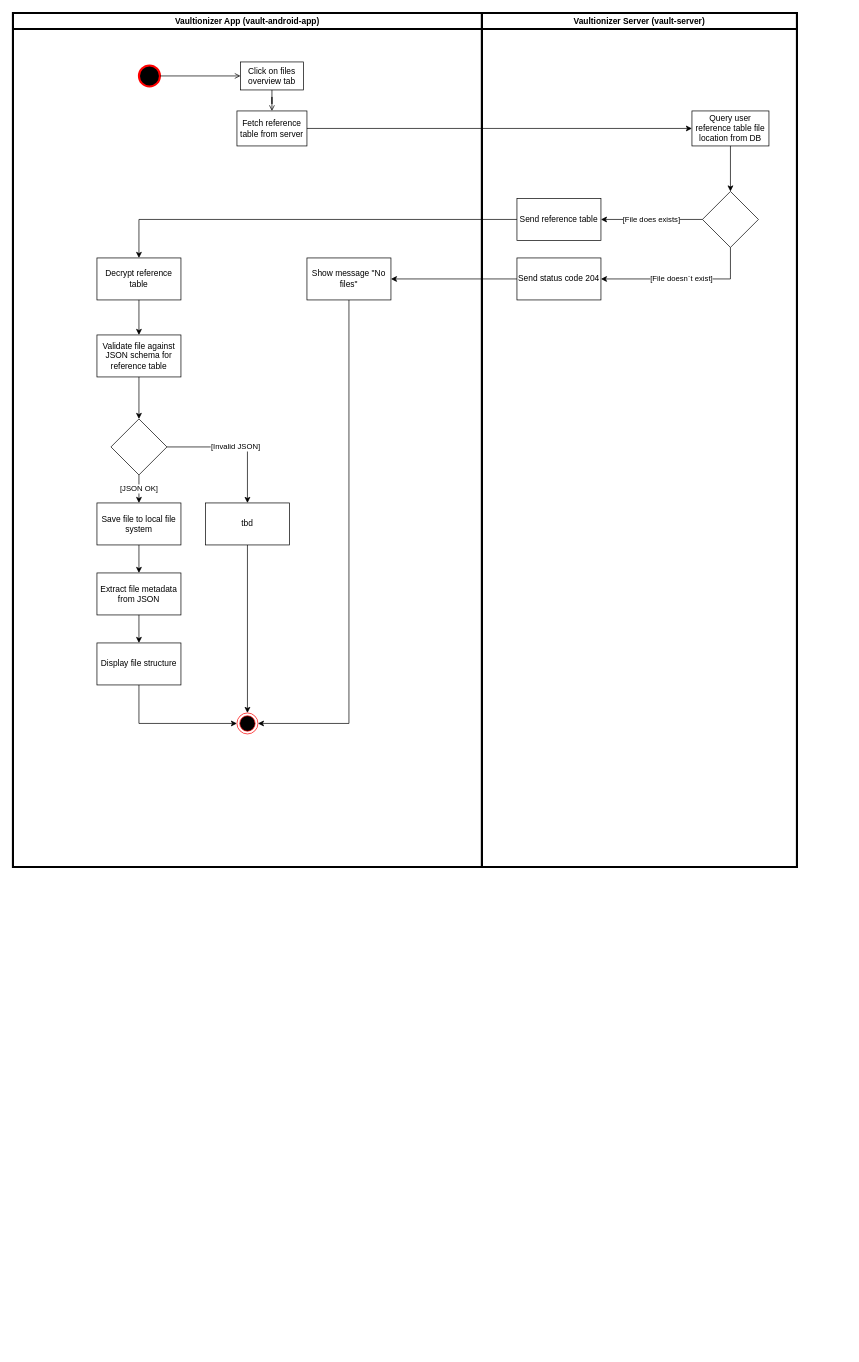
Vaultionizer/vault-docs keeps this draw.io diagram as img/use_cases/uc_show_file_structure.drawio. Above is the earlier version. Source tidied: cells renumbered, new cells numbered last; positions are measured from the earlier drawing's top-left corner, leaving out a move shared by most shapes. Both pictures are drawn from the tidied source at 70%, with x=0, y=0 at pixel (13, 13).
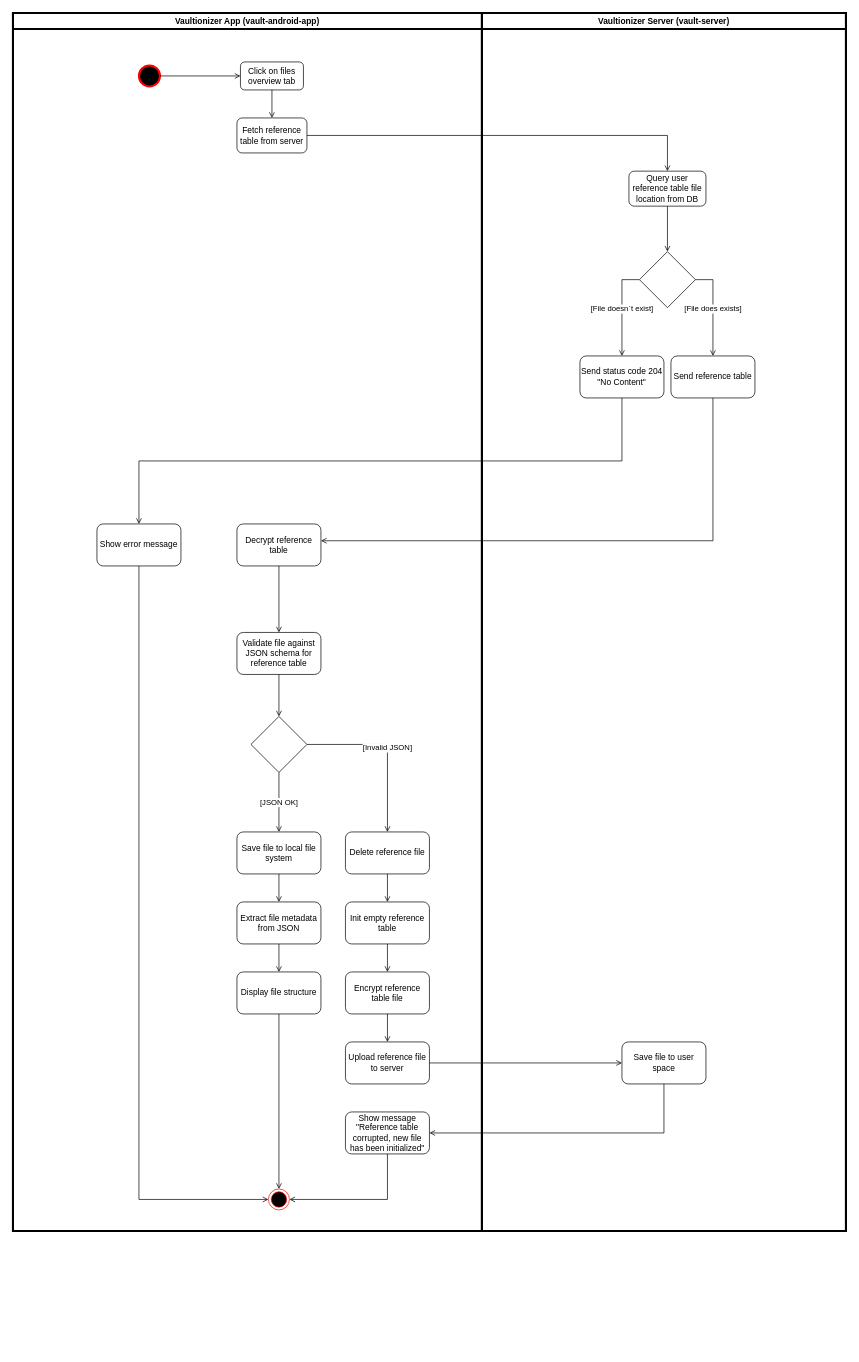
Above is the later version.

Change to the diagram source:
```diff
@@
     <mxCell id="2" style="group;" parent="1" vertex="1">
-      <mxGeometry width="670" height="1890" as="geometry" />
+      <mxGeometry width="670" height="1910" as="geometry" />
     </mxCell>
-    <mxCell id="3" value="Click on files overview tab" style="rounded=0;whiteSpace=wrap;html=1;" parent="2" vertex="1">
+    <mxCell id="3" value="Click on files overview tab" style="rounded=1;whiteSpace=wrap;html=1;" parent="2" vertex="1">
       <mxGeometry x="325" y="70" width="90" height="40" as="geometry" />
     </mxCell>
-    <mxCell id="4" value="Fetch reference table from server" style="rounded=0;whiteSpace=wrap;html=1;" parent="2" vertex="1">
-      <mxGeometry x="320" y="140" width="100" height="50" as="geometry" />
-    </mxCell>
@@
     <mxCell id="6" value="Vaultionizer App (vault-android-app)" style="swimlane;strokeWidth=3;" parent="2" vertex="1">
-      <mxGeometry width="670" height="1220" as="geometry" />
+      <mxGeometry width="670" height="1740" as="geometry" />
     </mxCell>
@@
+    <mxCell id="4" value="Fetch reference table from server" style="rounded=1;whiteSpace=wrap;html=1;" parent="6" vertex="1">
+      <mxGeometry x="320" y="150" width="100" height="50" as="geometry" />
+    </mxCell>
-    <mxCell id="8" value="Decrypt reference table" style="whiteSpace=wrap;html=1;rounded=0;" parent="6" vertex="1">
-      <mxGeometry x="120" y="350" width="120" height="60" as="geometry" />
+    <mxCell id="8" value="Decrypt reference table" style="whiteSpace=wrap;html=1;rounded=1;" parent="6" vertex="1">
+      <mxGeometry x="320" y="730" width="120" height="60" as="geometry" />
     </mxCell>
-    <mxCell id="9" value="Validate file against JSON schema for reference table" style="whiteSpace=wrap;html=1;rounded=0;" parent="6" vertex="1">
-      <mxGeometry x="120" y="460" width="120" height="60" as="geometry" />
+    <mxCell id="9" value="Validate file against JSON schema for reference table" style="whiteSpace=wrap;html=1;rounded=1;" parent="6" vertex="1">
+      <mxGeometry x="320" y="885" width="120" height="60" as="geometry" />
     </mxCell>
-    <mxCell id="10" style="edgeStyle=orthogonalEdgeStyle;rounded=0;jettySize=auto;html=1;" parent="6" edge="1" source="8" target="9">
+    <mxCell id="10" style="edgeStyle=orthogonalEdgeStyle;rounded=0;jettySize=auto;html=1;endArrow=open;endFill=0;" parent="6" edge="1" source="8" target="9">
       <mxGeometry relative="1" as="geometry" />
     </mxCell>
-    <mxCell id="11" style="edgeStyle=orthogonalEdgeStyle;rounded=0;jettySize=auto;html=1;exitX=0.5;exitY=1;exitDx=0;exitDy=0;" parent="6" edge="1" source="12" target="16">
-      <mxGeometry relative="1" as="geometry" />
-    </mxCell>
-    <mxCell id="12" value="Save file to local file system" style="whiteSpace=wrap;html=1;rounded=0;" parent="6" vertex="1">
-      <mxGeometry x="120" y="700" width="120" height="60" as="geometry" />
+    <mxCell id="12" value="Save file to local file system" style="whiteSpace=wrap;html=1;rounded=1;" parent="6" vertex="1">
+      <mxGeometry x="320" y="1170" width="120" height="60" as="geometry" />
     </mxCell>
     <mxCell id="13" style="rhombus;whiteSpace=wrap;html=1;rounded=0;" parent="6" vertex="1">
-      <mxGeometry x="140" y="580" width="80" height="80" as="geometry" />
+      <mxGeometry x="340" y="1005" width="80" height="80" as="geometry" />
     </mxCell>
-    <mxCell id="14" style="edgeStyle=orthogonalEdgeStyle;rounded=0;jettySize=auto;html=1;" parent="6" edge="1" source="9" target="13">
+    <mxCell id="14" style="edgeStyle=orthogonalEdgeStyle;rounded=0;jettySize=auto;html=1;endArrow=open;endFill=0;" parent="6" edge="1" source="9" target="13">
       <mxGeometry relative="1" as="geometry" />
     </mxCell>
-    <mxCell id="15" value="[JSON OK]" style="edgeStyle=orthogonalEdgeStyle;rounded=0;jettySize=auto;html=1;" parent="6" edge="1" source="13" target="12">
+    <mxCell id="15" value="[JSON OK]" style="edgeStyle=orthogonalEdgeStyle;rounded=0;jettySize=auto;html=1;endArrow=open;endFill=0;" parent="6" edge="1" source="13" target="12">
       <mxGeometry relative="1" as="geometry" />
     </mxCell>
-    <mxCell id="16" value="Extract file metadata from JSON" style="whiteSpace=wrap;html=1;rounded=0;" parent="6" vertex="1">
-      <mxGeometry x="120" y="800" width="120" height="60" as="geometry" />
+    <mxCell id="16" value="Extract file metadata from JSON" style="whiteSpace=wrap;html=1;rounded=1;" parent="6" vertex="1">
+      <mxGeometry x="320" y="1270" width="120" height="60" as="geometry" />
     </mxCell>
+    <mxCell id="11" style="edgeStyle=orthogonalEdgeStyle;rounded=0;jettySize=auto;html=1;exitX=0.5;exitY=1;exitDx=0;exitDy=0;endArrow=open;endFill=0;" parent="6" edge="1" source="12" target="16">
+      <mxGeometry relative="1" as="geometry" />
+    </mxCell>
-    <mxCell id="17" style="edgeStyle=orthogonalEdgeStyle;rounded=0;jettySize=auto;html=1;exitX=0.5;exitY=1;exitDx=0;exitDy=0;entryX=0;entryY=0.5;entryDx=0;entryDy=0;" parent="6" edge="1" source="18" target="23">
+    <mxCell id="17" style="edgeStyle=orthogonalEdgeStyle;rounded=0;jettySize=auto;html=1;exitX=0.5;exitY=1;exitDx=0;exitDy=0;entryX=0.5;entryY=0;entryDx=0;entryDy=0;endArrow=open;endFill=0;" parent="6" edge="1" source="18" target="23">
       <mxGeometry relative="1" as="geometry" />
     </mxCell>
-    <mxCell id="18" value="Display file structure" style="whiteSpace=wrap;html=1;rounded=0;" parent="6" vertex="1">
-      <mxGeometry x="120" y="900" width="120" height="60" as="geometry" />
+    <mxCell id="18" value="Display file structure" style="whiteSpace=wrap;html=1;rounded=1;" parent="6" vertex="1">
+      <mxGeometry x="320" y="1370" width="120" height="60" as="geometry" />
     </mxCell>
-    <mxCell id="19" style="edgeStyle=orthogonalEdgeStyle;rounded=0;jettySize=auto;html=1;" parent="6" edge="1" source="16" target="18">
+    <mxCell id="19" style="edgeStyle=orthogonalEdgeStyle;rounded=0;jettySize=auto;html=1;endArrow=open;endFill=0;" parent="6" edge="1" source="16" target="18">
       <mxGeometry relative="1" as="geometry" />
     </mxCell>
-    <mxCell id="20" style="edgeStyle=orthogonalEdgeStyle;rounded=0;jettySize=auto;html=1;exitX=0.5;exitY=1;exitDx=0;exitDy=0;" parent="6" edge="1" source="21" target="23">
-      <mxGeometry relative="1" as="geometry" />
-    </mxCell>
-    <mxCell id="21" value="tbd" style="whiteSpace=wrap;html=1;rounded=0;" parent="6" vertex="1">
-      <mxGeometry x="275" y="700" width="120" height="60" as="geometry" />
+    <mxCell id="21" value="Delete reference file" style="whiteSpace=wrap;html=1;rounded=1;" parent="6" vertex="1">
+      <mxGeometry x="475" y="1170" width="120" height="60" as="geometry" />
     </mxCell>
-    <mxCell id="22" value="[Invalid JSON]" style="edgeStyle=orthogonalEdgeStyle;rounded=0;jettySize=auto;html=1;" parent="6" edge="1" source="13" target="21">
+    <mxCell id="22" value="[Invalid JSON]" style="edgeStyle=orthogonalEdgeStyle;rounded=0;jettySize=auto;html=1;endArrow=open;endFill=0;" parent="6" edge="1" source="13" target="21">
       <mxGeometry relative="1" as="geometry" />
     </mxCell>
+    <mxCell id="25" value="Show error message" style="whiteSpace=wrap;html=1;rounded=1;" parent="6" vertex="1">
+      <mxGeometry x="120" y="730" width="120" height="60" as="geometry" />
+    </mxCell>
     <mxCell id="23" style="ellipse;html=1;shape=endState;fillColor=#000000;strokeColor=#ff0000;" parent="6" vertex="1">
-      <mxGeometry x="320" y="1000" width="30" height="30" as="geometry" />
+      <mxGeometry x="365" y="1680" width="30" height="30" as="geometry" />
     </mxCell>
-    <mxCell id="24" style="edgeStyle=orthogonalEdgeStyle;rounded=0;jettySize=auto;html=1;exitX=0.5;exitY=1;exitDx=0;exitDy=0;entryX=1;entryY=0.5;entryDx=0;entryDy=0;" parent="6" edge="1" source="25" target="23">
+    <mxCell id="24" style="edgeStyle=orthogonalEdgeStyle;rounded=0;jettySize=auto;html=1;exitX=0.5;exitY=1;exitDx=0;exitDy=0;entryX=0;entryY=0.5;entryDx=0;entryDy=0;endArrow=open;endFill=0;" parent="6" edge="1" source="25" target="23">
       <mxGeometry relative="1" as="geometry" />
     </mxCell>
-    <mxCell id="25" value="Show message &quot;No files&quot;" style="whiteSpace=wrap;html=1;rounded=0;" parent="6" vertex="1">
-      <mxGeometry x="420" y="350" width="120" height="60" as="geometry" />
-    </mxCell>
+    <mxCell id="38" value="Init empty reference table" style="whiteSpace=wrap;html=1;rounded=1;" parent="6" vertex="1">
+      <mxGeometry x="475" y="1270" width="120" height="60" as="geometry" />
+    </mxCell>
+    <mxCell id="39" style="edgeStyle=orthogonalEdgeStyle;rounded=0;jettySize=auto;html=1;endArrow=open;endFill=0;" parent="6" edge="1" source="21" target="38">
+      <mxGeometry relative="1" as="geometry" />
+    </mxCell>
+    <mxCell id="40" value="Encrypt reference table file" style="whiteSpace=wrap;html=1;rounded=1;" parent="6" vertex="1">
+      <mxGeometry x="475" y="1370" width="120" height="60" as="geometry" />
+    </mxCell>
+    <mxCell id="41" style="edgeStyle=orthogonalEdgeStyle;rounded=0;jettySize=auto;html=1;endArrow=open;endFill=0;" parent="6" edge="1" source="38" target="40">
+      <mxGeometry relative="1" as="geometry" />
+    </mxCell>
+    <mxCell id="42" value="Upload reference file to server" style="whiteSpace=wrap;html=1;rounded=1;" parent="6" vertex="1">
+      <mxGeometry x="475" y="1470" width="120" height="60" as="geometry" />
+    </mxCell>
+    <mxCell id="43" style="edgeStyle=orthogonalEdgeStyle;rounded=0;jettySize=auto;html=1;endArrow=open;endFill=0;" parent="6" edge="1" source="40" target="42">
+      <mxGeometry relative="1" as="geometry" />
+    </mxCell>
+    <mxCell id="44" style="edgeStyle=orthogonalEdgeStyle;rounded=0;jettySize=auto;html=1;exitX=0.5;exitY=1;exitDx=0;exitDy=0;entryX=1;entryY=0.5;entryDx=0;entryDy=0;endArrow=open;endFill=0;" parent="6" edge="1" source="45" target="23">
+      <mxGeometry relative="1" as="geometry" />
+    </mxCell>
+    <mxCell id="45" value="Show message &quot;Reference table corrupted, new file has been initialized&quot;" style="whiteSpace=wrap;html=1;rounded=1;" parent="6" vertex="1">
+      <mxGeometry x="475" y="1570" width="120" height="60" as="geometry" />
+    </mxCell>
@@
-    <mxCell id="27" style="edgeStyle=orthogonalEdgeStyle;rounded=0;jettySize=auto;html=1;" parent="1" edge="1" source="4" target="30">
-      <mxGeometry relative="1" as="geometry" />
-    </mxCell>
-    <mxCell id="28" style="edgeStyle=orthogonalEdgeStyle;rounded=0;jettySize=auto;html=1;" parent="1" edge="1" source="32" target="8">
-      <mxGeometry relative="1" as="geometry" />
-    </mxCell>
     <mxCell id="29" value="Vaultionizer Server (vault-server)" style="swimlane;strokeWidth=3;" parent="1" vertex="1">
-      <mxGeometry x="670" width="450" height="1220" as="geometry" />
+      <mxGeometry x="670" width="520" height="1740" as="geometry" />
     </mxCell>
-    <mxCell id="30" value="Query user reference table file location from DB" style="rounded=0;whiteSpace=wrap;html=1;" parent="29" vertex="1">
-      <mxGeometry x="300" y="140" width="110" height="50" as="geometry" />
+    <mxCell id="30" value="Query user reference table file location from DB" style="rounded=1;whiteSpace=wrap;html=1;" parent="29" vertex="1">
+      <mxGeometry x="210" y="226" width="110" height="50" as="geometry" />
     </mxCell>
+    <mxCell id="36" style="edgeStyle=orthogonalEdgeStyle;rounded=0;jettySize=auto;html=1;exitX=0.5;exitY=1;exitDx=0;exitDy=0;endArrow=open;endFill=0;" parent="29" edge="1" source="30" target="33">
+      <mxGeometry relative="1" as="geometry" />
+    </mxCell>
-    <mxCell id="31" value="Send status code &lt;span id=&quot;code204&quot;&gt;&lt;/span&gt;204" style="whiteSpace=wrap;html=1;rounded=0;" parent="29" vertex="1">
-      <mxGeometry x="50" y="350" width="120" height="60" as="geometry" />
+    <mxCell id="31" value="Send status code &lt;span id=&quot;code204&quot;&gt;&lt;/span&gt;204 &quot;No Content&quot;" style="whiteSpace=wrap;html=1;rounded=1;" parent="29" vertex="1">
+      <mxGeometry x="140" y="490" width="120" height="60" as="geometry" />
     </mxCell>
-    <mxCell id="32" value="Send reference table " style="whiteSpace=wrap;html=1;rounded=0;" parent="29" vertex="1">
-      <mxGeometry x="50" y="265" width="120" height="60" as="geometry" />
+    <mxCell id="32" value="Send reference table " style="whiteSpace=wrap;html=1;rounded=1;" parent="29" vertex="1">
+      <mxGeometry x="270" y="490" width="120" height="60" as="geometry" />
     </mxCell>
     <mxCell id="33" style="rhombus;whiteSpace=wrap;html=1;rounded=0;" parent="29" vertex="1">
-      <mxGeometry x="315" y="255" width="80" height="80" as="geometry" />
+      <mxGeometry x="225" y="341" width="80" height="80" as="geometry" />
     </mxCell>
-    <mxCell id="34" value="[File doesn´t exist]" style="edgeStyle=orthogonalEdgeStyle;rounded=0;jettySize=auto;html=1;entryX=1;entryY=0.5;entryDx=0;entryDy=0;exitX=0.5;exitY=1;exitDx=0;exitDy=0;" parent="29" edge="1" source="33" target="31">
+    <mxCell id="34" value="[File doesn´t exist]" style="edgeStyle=orthogonalEdgeStyle;rounded=0;jettySize=auto;html=1;entryX=0.5;entryY=0;entryDx=0;entryDy=0;exitX=0;exitY=0.5;exitDx=0;exitDy=0;endArrow=open;endFill=0;" parent="29" edge="1" source="33" target="31">
       <mxGeometry relative="1" as="geometry" />
     </mxCell>
-    <mxCell id="35" value="[File does exists]" style="edgeStyle=orthogonalEdgeStyle;rounded=0;jettySize=auto;html=1;entryX=1;entryY=0.5;entryDx=0;entryDy=0;exitX=0;exitY=0.5;exitDx=0;exitDy=0;" parent="29" edge="1" source="33" target="32">
+    <mxCell id="35" value="[File does exists]" style="edgeStyle=orthogonalEdgeStyle;rounded=0;jettySize=auto;html=1;exitX=1;exitY=0.5;exitDx=0;exitDy=0;endArrow=open;endFill=0;" parent="29" edge="1" source="33" target="32">
       <mxGeometry relative="1" as="geometry" />
     </mxCell>
-    <mxCell id="36" style="edgeStyle=orthogonalEdgeStyle;rounded=0;jettySize=auto;html=1;" parent="29" edge="1" source="30" target="33">
-      <mxGeometry relative="1" as="geometry" />
-    </mxCell>
+    <mxCell id="46" value="Save file to user space" style="whiteSpace=wrap;html=1;rounded=1;" parent="29" vertex="1">
+      <mxGeometry x="200" y="1470" width="120" height="60" as="geometry" />
+    </mxCell>
+    <mxCell id="27" style="edgeStyle=orthogonalEdgeStyle;rounded=0;jettySize=auto;html=1;entryX=0.5;entryY=0;entryDx=0;entryDy=0;endArrow=open;endFill=0;" parent="1" edge="1" source="4" target="30">
+      <mxGeometry relative="1" as="geometry" />
+    </mxCell>
+    <mxCell id="28" style="edgeStyle=orthogonalEdgeStyle;rounded=0;jettySize=auto;html=1;exitX=0.5;exitY=1;exitDx=0;exitDy=0;entryX=1;entryY=0.4;entryDx=0;entryDy=0;entryPerimeter=0;endArrow=open;endFill=0;" parent="1" edge="1" source="32" target="8">
+      <mxGeometry relative="1" as="geometry" />
+    </mxCell>
-    <mxCell id="37" style="edgeStyle=orthogonalEdgeStyle;rounded=0;jettySize=auto;html=1;" parent="1" edge="1" source="31" target="25">
+    <mxCell id="37" style="edgeStyle=orthogonalEdgeStyle;rounded=0;jettySize=auto;html=1;entryX=0.5;entryY=0;entryDx=0;entryDy=0;exitX=0.5;exitY=1;exitDx=0;exitDy=0;endArrow=open;endFill=0;" parent="1" edge="1" source="31" target="25">
       <mxGeometry relative="1" as="geometry" />
     </mxCell>
+    <mxCell id="47" style="edgeStyle=orthogonalEdgeStyle;rounded=0;jettySize=auto;html=1;endArrow=open;endFill=0;" parent="1" edge="1" source="42" target="46">
+      <mxGeometry relative="1" as="geometry" />
+    </mxCell>
+    <mxCell id="48" style="edgeStyle=orthogonalEdgeStyle;rounded=0;jettySize=auto;html=1;exitX=0.5;exitY=1;exitDx=0;exitDy=0;entryX=1;entryY=0.5;entryDx=0;entryDy=0;endArrow=open;endFill=0;" parent="1" edge="1" source="46" target="45">
+      <mxGeometry relative="1" as="geometry" />
+    </mxCell>
```
